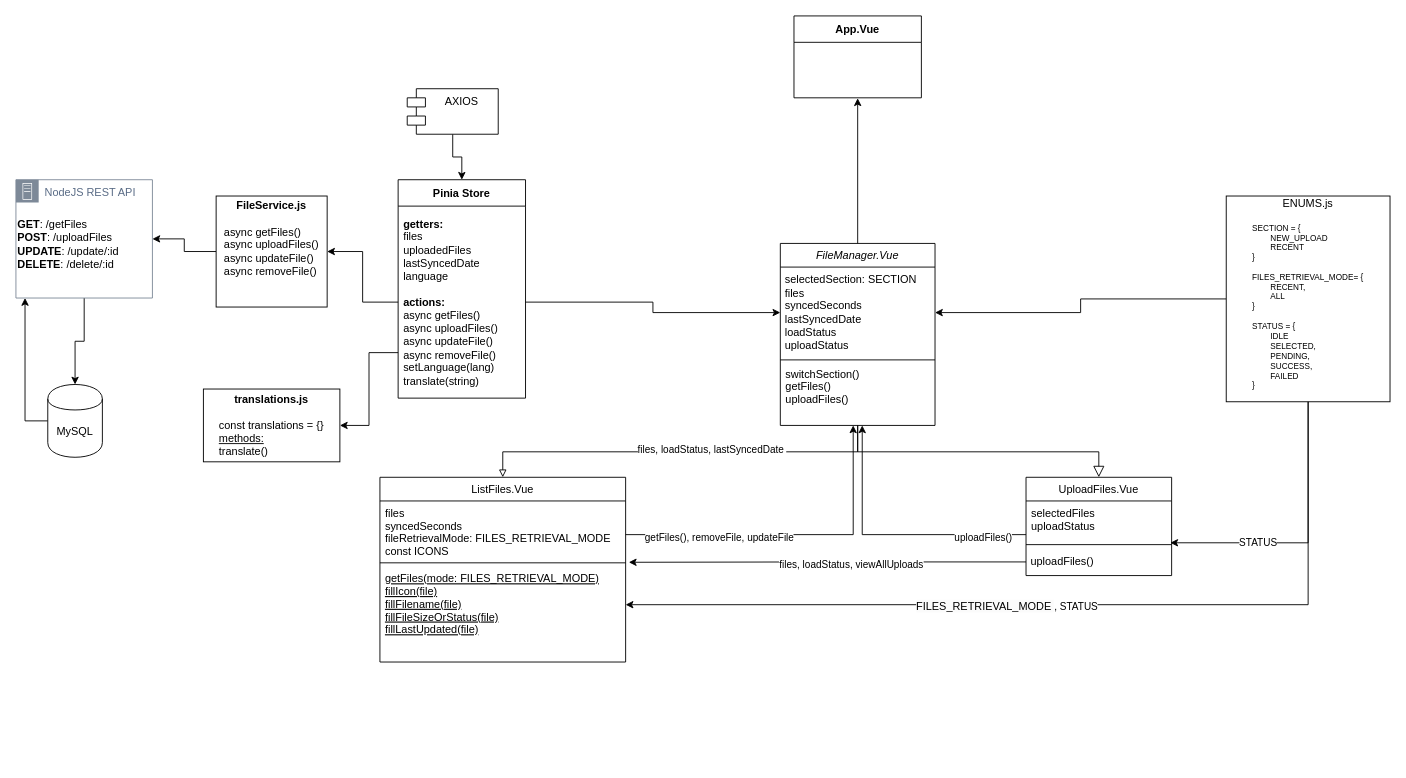
The draw.io diagram Untitled Diagram.drawio in hishamfangs/frontend, before the edit. Source tidied: cells renumbered, new cells numbered last; positions are measured from the earlier drawing's top-left corner, leaving out a move shared by most shapes. Both pictures are drawn from the tidied source at 91%, with x=0, y=0 at pixel (15, 15).
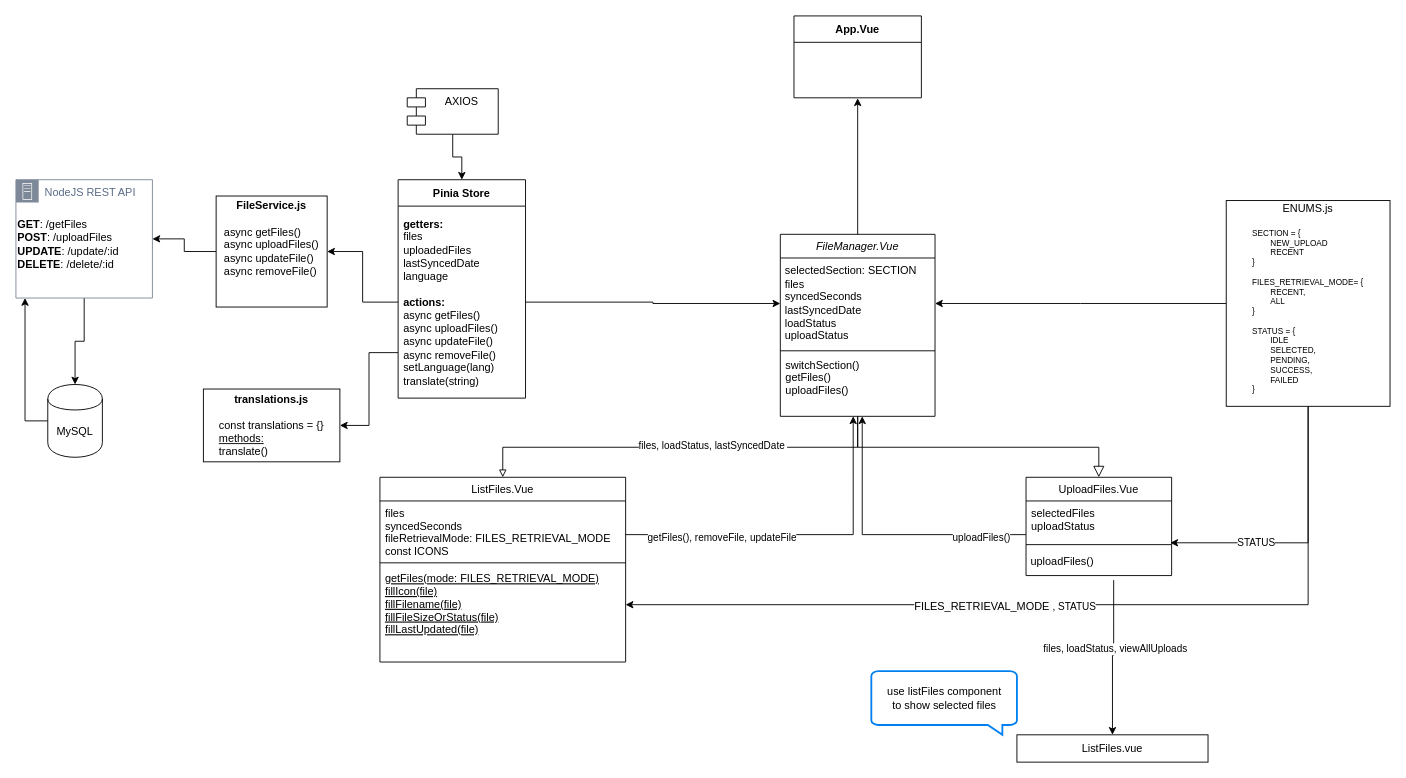
The same page after the edit.

Unchanged cells that the change refers to:
```xml
<mxCell id="7" value="files&#10;syncedSeconds&#10;fileRetrievalMode: FILES_RETRIEVAL_MODE&#10;const ICONS" style="text;align=left;verticalAlign=top;spacingLeft=4;spacingRight=4;overflow=hidden;points=[[0,0.5],[1,0.5]];portConstraint=eastwest;" parent="6" vertex="1">
  <mxGeometry y="26" width="270" height="64" as="geometry" />
</mxCell>
<mxCell id="15" value="&amp;nbsp;uploadFiles()" style="text;html=1;align=left;verticalAlign=middle;points=[];strokeColor=none;fillColor=none;" parent="12" vertex="1">
  <mxGeometry y="78" width="160" height="30" as="geometry" />
</mxCell>
```

Diff of the diagram source:
```diff
@@
     <mxCell id="2" value="FileManager.Vue&#10;&#10;" style="swimlane;fontStyle=2;align=center;verticalAlign=top;horizontal=1;startSize=26;rounded=0;shadow=0;strokeWidth=1;" parent="1" vertex="1">
-      <mxGeometry x="840" y="250" width="170" height="200" as="geometry" />
+      <mxGeometry x="840" y="240" width="170" height="200" as="geometry" />
     </mxCell>
@@
     <mxCell id="34" value="ENUMS.js&lt;br&gt;&lt;br&gt;&lt;div style=&quot;text-align: left; font-size: 9px;&quot;&gt;SECTION = {&lt;br&gt;&lt;span style=&quot;white-space: pre;&quot;&gt;&#9;&lt;/span&gt;NEW_UPLOAD&lt;br&gt;&lt;span style=&quot;white-space: pre;&quot;&gt;&#9;&lt;/span&gt;RECENT&lt;br&gt;}&lt;br&gt;&lt;br&gt;FILES_RETRIEVAL_MODE= {&lt;br&gt;&lt;span style=&quot;white-space: pre;&quot;&gt;&#9;&lt;/span&gt;RECENT,&lt;br&gt;&lt;span style=&quot;white-space: pre;&quot;&gt;&#9;&lt;/span&gt;ALL&lt;br&gt;}&lt;br&gt;&lt;br&gt;STATUS = {&lt;br&gt;&lt;span style=&quot;white-space: pre;&quot;&gt;&#9;&lt;/span&gt;IDLE&lt;br&gt;&lt;span style=&quot;white-space: pre;&quot;&gt;&#9;&lt;/span&gt;SELECTED,&lt;br&gt;&lt;span style=&quot;white-space: pre;&quot;&gt;&#9;&lt;/span&gt;PENDING,&lt;br&gt;&lt;span style=&quot;white-space: pre;&quot;&gt;&#9;&lt;/span&gt;SUCCESS,&lt;br&gt;&lt;span style=&quot;white-space: pre;&quot;&gt;&#9;&lt;/span&gt;FAILED&lt;br&gt;}&lt;br&gt;&lt;br&gt;&lt;/div&gt;" style="rounded=0;whiteSpace=wrap;html=1;" parent="1" vertex="1">
-      <mxGeometry x="1330" y="197.9" width="180" height="226.1" as="geometry" />
+      <mxGeometry x="1330" y="202.9" width="180" height="226.1" as="geometry" />
     </mxCell>
@@
-    <mxCell id="41" style="edgeStyle=orthogonalEdgeStyle;rounded=0;jettySize=auto;html=1;entryX=1.013;entryY=1.053;entryDx=0;entryDy=0;entryPerimeter=0;" parent="1" edge="1" source="15" target="7">
+    <mxCell id="41" style="edgeStyle=orthogonalEdgeStyle;rounded=0;jettySize=auto;html=1;entryX=0.5;entryY=0;entryDx=0;entryDy=0;exitX=0.602;exitY=1.167;exitDx=0;exitDy=0;exitPerimeter=0;" parent="1" edge="1" source="15" target="47">
       <mxGeometry relative="1" as="geometry" />
     </mxCell>
@@
+    <mxCell id="47" value="ListFiles.vue" style="rounded=0;whiteSpace=wrap;html=1;" parent="1" vertex="1">
+      <mxGeometry x="1100" y="790" width="210" height="30" as="geometry" />
+    </mxCell>
+    <mxCell id="48" style="html=1;verticalLabelPosition=bottom;align=center;labelBackgroundColor=#ffffff;verticalAlign=top;strokeWidth=2;strokeColor=#0080F0;shadow=0;dashed=0;shape=mxgraph.ios7.icons.message;" parent="1" vertex="1">
+      <mxGeometry x="940" y="720" width="160" height="70" as="geometry" />
+    </mxCell>
+    <mxCell id="49" value="&lt;span style=&quot;background-color: rgb(255, 255, 255);&quot;&gt;use listFiles component&lt;/span&gt;&lt;div&gt;to show selected files&lt;/div&gt;" style="text;html=1;align=center;verticalAlign=middle;strokeColor=none;fillColor=none;" parent="1" vertex="1">
+      <mxGeometry x="945" y="730" width="150" height="40" as="geometry" />
+    </mxCell>
```
